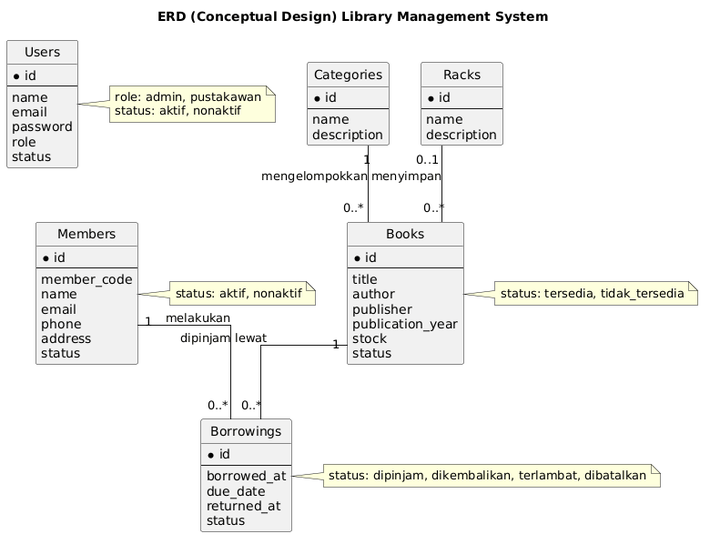
This is uml/picts/erd.png from Irfansyah001/lms_backoffice_laravel, a PlantUML export, as it was before one commit. Its diagram source:
```plantuml
@startuml
title ERD (Conceptual Design) Library Management System

hide circle
skinparam linetype ortho

entity "Users" {
  * id
  --
  name
  email
  password
  role
  status
}

entity "Categories" {
  * id
  --
  name
  description
}

entity "Racks" {
  * id
  --
  name
  description
}

entity "Books" {
  * id
  --
  title
  author
  publisher
  publication_year
  stock
  status
}

entity "Members" {
  * id
  --
  member_code
  name
  email
  phone
  address
  status
}

entity "Borrowings" {
  * id
  --
  borrowed_at
  due_date
  returned_at
  status
}

Categories "1" -- "0..*" Books : "mengelompokkan"
Racks "0..1" -- "0..*" Books : "menyimpan"
Members "1" -- "0..*" Borrowings : "melakukan"
Books "1" -- "0..*" Borrowings : "dipinjam lewat"

note right of Users : role: admin, pustakawan\nstatus: aktif, nonaktif
note right of Books : status: tersedia, tidak_tersedia
note right of Members : status: aktif, nonaktif
note right of Borrowings : status: dipinjam, dikembalikan, terlambat, dibatalkan
@enduml
```
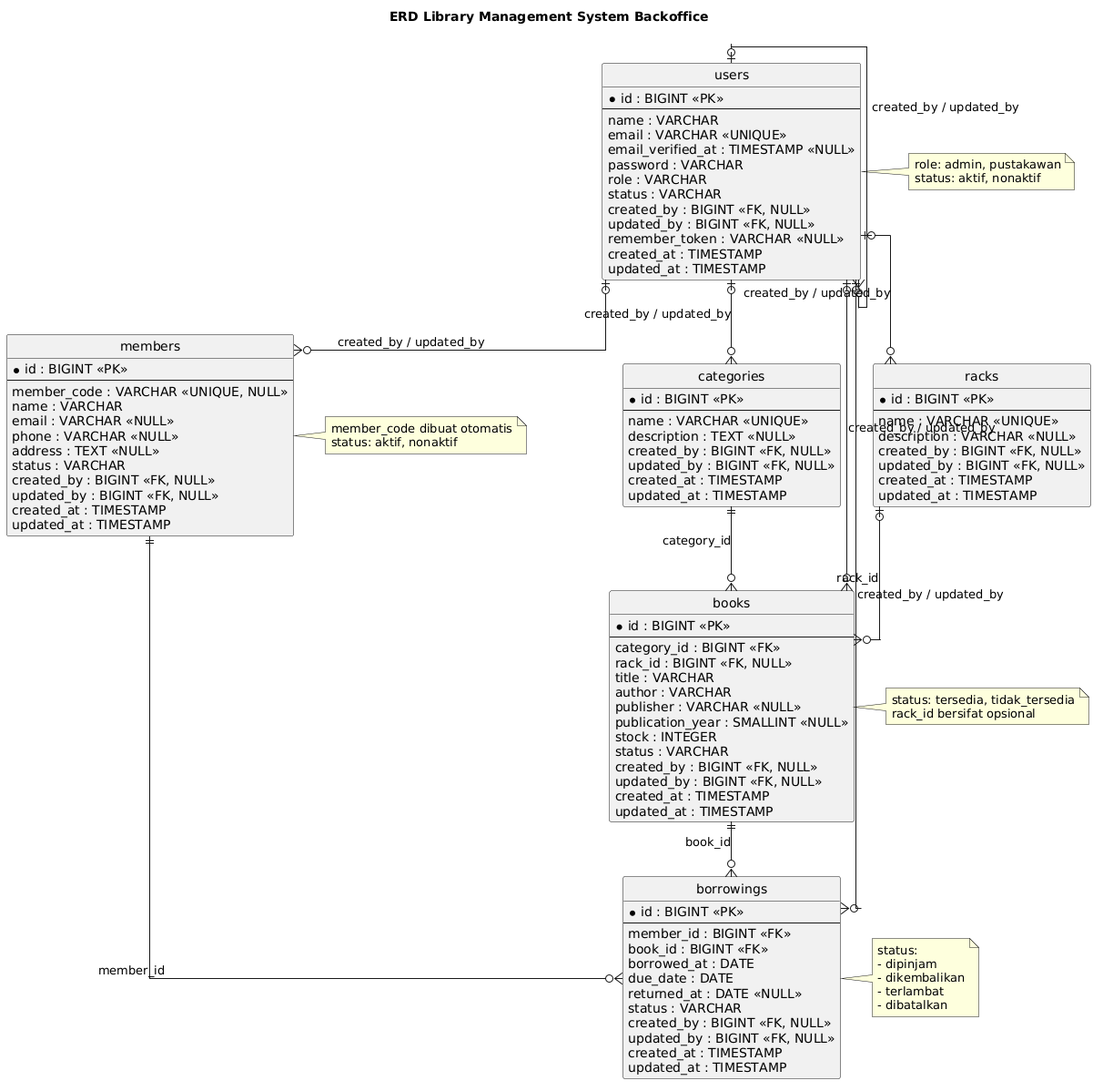
Above is the later version.

Commit message:
feat: add mapping table and update ERD for Library Management System

What changed in the source:
```diff
@@ -1,71 +1,127 @@
 @startuml
-title ERD (Conceptual Design) Library Management System
+title ERD Library Management System Backoffice
 
 hide circle
 skinparam linetype ortho
 
-entity "Users" {
-  * id
+entity "users" as users {
+  * id : BIGINT <<PK>>
   --
-  name
-  email
-  password
-  role
-  status
+  name : VARCHAR
+  email : VARCHAR <<UNIQUE>>
+  email_verified_at : TIMESTAMP <<NULL>>
+  password : VARCHAR
+  role : VARCHAR
+  status : VARCHAR
+  created_by : BIGINT <<FK, NULL>>
+  updated_by : BIGINT <<FK, NULL>>
+  remember_token : VARCHAR <<NULL>>
+  created_at : TIMESTAMP
+  updated_at : TIMESTAMP
 }
 
-entity "Categories" {
-  * id
+entity "categories" as categories {
+  * id : BIGINT <<PK>>
   --
-  name
-  description
+  name : VARCHAR <<UNIQUE>>
+  description : TEXT <<NULL>>
+  created_by : BIGINT <<FK, NULL>>
+  updated_by : BIGINT <<FK, NULL>>
+  created_at : TIMESTAMP
+  updated_at : TIMESTAMP
 }
 
-entity "Racks" {
-  * id
+entity "racks" as racks {
+  * id : BIGINT <<PK>>
   --
-  name
-  description
+  name : VARCHAR <<UNIQUE>>
+  description : VARCHAR <<NULL>>
+  created_by : BIGINT <<FK, NULL>>
+  updated_by : BIGINT <<FK, NULL>>
+  created_at : TIMESTAMP
+  updated_at : TIMESTAMP
 }
 
-entity "Books" {
-  * id
+entity "books" as books {
+  * id : BIGINT <<PK>>
   --
-  title
-  author
-  publisher
-  publication_year
-  stock
-  status
+  category_id : BIGINT <<FK>>
+  rack_id : BIGINT <<FK, NULL>>
+  title : VARCHAR
+  author : VARCHAR
+  publisher : VARCHAR <<NULL>>
+  publication_year : SMALLINT <<NULL>>
+  stock : INTEGER
+  status : VARCHAR
+  created_by : BIGINT <<FK, NULL>>
+  updated_by : BIGINT <<FK, NULL>>
+  created_at : TIMESTAMP
+  updated_at : TIMESTAMP
 }
 
-entity "Members" {
-  * id
+entity "members" as members {
+  * id : BIGINT <<PK>>
   --
-  member_code
-  name
-  email
-  phone
-  address
-  status
+  member_code : VARCHAR <<UNIQUE, NULL>>
+  name : VARCHAR
+  email : VARCHAR <<NULL>>
+  phone : VARCHAR <<NULL>>
+  address : TEXT <<NULL>>
+  status : VARCHAR
+  created_by : BIGINT <<FK, NULL>>
+  updated_by : BIGINT <<FK, NULL>>
+  created_at : TIMESTAMP
+  updated_at : TIMESTAMP
 }
 
-entity "Borrowings" {
-  * id
+entity "borrowings" as borrowings {
+  * id : BIGINT <<PK>>
   --
-  borrowed_at
-  due_date
-  returned_at
-  status
+  member_id : BIGINT <<FK>>
+  book_id : BIGINT <<FK>>
+  borrowed_at : DATE
+  due_date : DATE
+  returned_at : DATE <<NULL>>
+  status : VARCHAR
+  created_by : BIGINT <<FK, NULL>>
+  updated_by : BIGINT <<FK, NULL>>
+  created_at : TIMESTAMP
+  updated_at : TIMESTAMP
 }
 
-Categories "1" -- "0..*" Books : "mengelompokkan"
-Racks "0..1" -- "0..*" Books : "menyimpan"
-Members "1" -- "0..*" Borrowings : "melakukan"
-Books "1" -- "0..*" Borrowings : "dipinjam lewat"
+categories ||--o{ books : "category_id"
+racks |o--o{ books : "rack_id"
 
-note right of Users : role: admin, pustakawan\nstatus: aktif, nonaktif
-note right of Books : status: tersedia, tidak_tersedia
-note right of Members : status: aktif, nonaktif
-note right of Borrowings : status: dipinjam, dikembalikan, terlambat, dibatalkan
+members ||--o{ borrowings : "member_id"
+books ||--o{ borrowings : "book_id"
+
+users |o--o{ users : "created_by / updated_by"
+users |o--o{ categories : "created_by / updated_by"
+users |o--o{ racks : "created_by / updated_by"
+users |o--o{ books : "created_by / updated_by"
+users |o--o{ members : "created_by / updated_by"
+users |o--o{ borrowings : "created_by / updated_by"
+
+note right of users
+role: admin, pustakawan
+status: aktif, nonaktif
+end note
+
+note right of books
+status: tersedia, tidak_tersedia
+rack_id bersifat opsional
+end note
+
+note right of members
+member_code dibuat otomatis
+status: aktif, nonaktif
+end note
+
+note right of borrowings
+status:
+- dipinjam
+- dikembalikan
+- terlambat
+- dibatalkan
+end note
 @enduml
```
